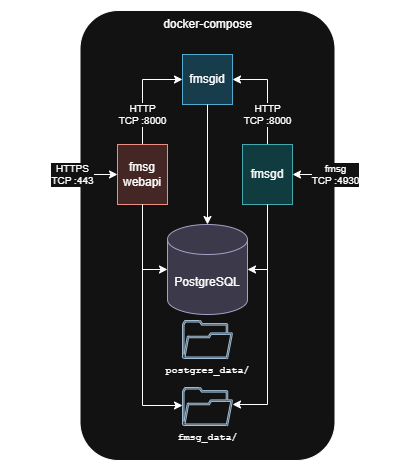
The draw.io diagram docs/fmsg-docker-dark.png in markmnl/fmsg-docker, before a commit. Source tidied: cells renumbered, new cells last; positions are measured from the earlier drawing's top-left corner, leaving out a move shared by most shapes.
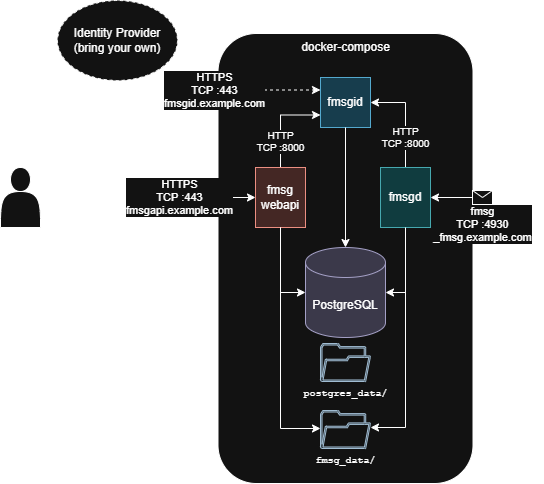
After the change.

Commit message:
added IdP to diag

Diff of the diagram source:
```diff
@@ -24,8 +24,13 @@
     <mxCell id="7" value="fmsgid" style="rounded=0;whiteSpace=wrap;html=1;fillColor=#b1ddf0;strokeColor=#10739e;" parent="1" vertex="1">
       <mxGeometry x="165" y="44" width="50" height="50" as="geometry" />
     </mxCell>
-    <mxCell id="8" value="HTTP&lt;div&gt;TCP :8000&lt;/div&gt;" style="edgeStyle=orthogonalEdgeStyle;rounded=0;jettySize=auto;html=1;entryX=0;entryY=0.5;entryDx=0;entryDy=0;exitX=0.5;exitY=0;exitDx=0;exitDy=0;fontSize=10;" parent="1" edge="1" source="9" target="7">
-      <mxGeometry x="-0.43" relative="1" as="geometry" />
+    <mxCell id="8" value="HTTP&lt;div&gt;TCP :8000&lt;/div&gt;" style="edgeStyle=orthogonalEdgeStyle;rounded=0;jettySize=auto;html=1;entryX=0;entryY=0.75;entryDx=0;entryDy=0;exitX=0.5;exitY=0;exitDx=0;exitDy=0;fontSize=10;" parent="1" edge="1" source="9" target="7">
+      <mxGeometry x="-0.43" relative="1" as="geometry">
+        <Array as="points">
+          <mxPoint x="125" y="81" />
+          <mxPoint x="165" y="81" />
+        </Array>
+      </mxGeometry>
     </mxCell>
     <mxCell id="9" value="fmsg&lt;div&gt;webapi&lt;/div&gt;" style="rounded=0;whiteSpace=wrap;html=1;fillColor=#fad9d5;strokeColor=#ae4132;" parent="1" vertex="1">
       <mxGeometry x="100" y="134" width="50" height="60" as="geometry" />
@@ -47,16 +52,6 @@
         </Array>
       </mxGeometry>
     </mxCell>
-    <mxCell id="13" value="fmsg&lt;div&gt;TCP :4930&lt;/div&gt;" style="endArrow=classic;html=1;rounded=0;entryX=1;entryY=0.5;entryDx=0;entryDy=0;fontSize=10;" parent="1" edge="1" target="6">
-      <mxGeometry relative="1" as="geometry">
-        <mxPoint x="360" y="164" as="sourcePoint" />
-      </mxGeometry>
-    </mxCell>
-    <mxCell id="14" value="HTTPS&lt;div&gt;TCP :443&lt;/div&gt;" style="endArrow=classic;html=1;rounded=0;entryX=0;entryY=0.5;entryDx=0;entryDy=0;fontSize=10;" parent="1" edge="1" target="9">
-      <mxGeometry x="0.1" relative="1" as="geometry">
-        <mxPoint y="164" as="sourcePoint" />
-      </mxGeometry>
-    </mxCell>
     <mxCell id="15" style="edgeStyle=orthogonalEdgeStyle;rounded=0;jettySize=auto;html=1;entryX=0.5;entryY=0;entryDx=0;entryDy=0;entryPerimeter=0;" parent="1" edge="1" source="7" target="3">
       <mxGeometry relative="1" as="geometry" />
     </mxCell>
@@ -66,5 +61,41 @@
     <mxCell id="17" value="fmsg_data/" style="sketch=0;shadow=0;dashed=0;html=1;strokeColor=#23445d;fillColor=#bac8d3;labelPosition=center;verticalLabelPosition=bottom;verticalAlign=top;align=center;outlineConnect=0;shape=mxgraph.vvd.folder;miterlimit=4;fontSize=10;fontFamily=Courier New;" parent="1" vertex="1">
       <mxGeometry x="165" y="377" width="50" height="38" as="geometry" />
     </mxCell>
+    <mxCell id="18" value="HTTPS&lt;div&gt;TCP :443&lt;/div&gt;&lt;div&gt;fmsgid.example.com&lt;/div&gt;" style="edgeStyle=orthogonalEdgeStyle;rounded=0;jettySize=auto;html=1;entryX=0;entryY=0.25;entryDx=0;entryDy=0;dashed=1;" parent="1" edge="1" source="19" target="7">
+      <mxGeometry relative="1" as="geometry">
+        <Array as="points">
+          <mxPoint x="-38" y="57" />
+          <mxPoint x="165" y="57" />
+        </Array>
+      </mxGeometry>
+    </mxCell>
+    <mxCell id="19" value="&lt;div&gt;Identity&amp;nbsp;&lt;span style=&quot;background-color: transparent; color: light-dark(rgb(0, 0, 0), rgb(255, 255, 255));&quot;&gt;Provider&lt;/span&gt;&lt;/div&gt;&lt;div&gt;&lt;span style=&quot;background-color: transparent; color: light-dark(rgb(0, 0, 0), rgb(255, 255, 255));&quot;&gt;(bring your own)&lt;/span&gt;&lt;/div&gt;" style="ellipse;whiteSpace=wrap;html=1;dashed=1;" parent="1" vertex="1">
+      <mxGeometry x="-98" y="-33" width="120" height="80" as="geometry" />
+    </mxCell>
+    <mxCell id="20" value="HTTPS&lt;div&gt;TCP :443&lt;/div&gt;&lt;div&gt;fmsgapi.example.com&lt;/div&gt;" style="edgeStyle=orthogonalEdgeStyle;rounded=0;jettySize=auto;html=1;entryX=0;entryY=0.5;entryDx=0;entryDy=0;" parent="1" edge="1" source="21" target="9">
+      <mxGeometry x="0.29" relative="1" as="geometry" />
+    </mxCell>
+    <mxCell id="21" style="shape=actor;whiteSpace=wrap;html=1;" parent="1" vertex="1">
+      <mxGeometry x="-155" y="134" width="40" height="60" as="geometry" />
+    </mxCell>
+    <mxCell id="22" value="fmsg&lt;div&gt;TCP :4930&lt;/div&gt;&lt;div&gt;_fmsg.example.com&lt;/div&gt;" style="endArrow=classic;html=1;rounded=0;entryX=1;entryY=0.5;entryDx=0;entryDy=0;startArrow=classic;startFill=1;" parent="1" edge="1" target="6">
+      <mxGeometry y="27" relative="1" as="geometry">
+        <mxPoint x="379" y="164" as="sourcePoint" />
+      </mxGeometry>
+    </mxCell>
+    <mxCell id="23" style="shape=message;html=1;" parent="22" vertex="1">
+      <mxGeometry width="20" height="14" relative="1" as="geometry">
+        <mxPoint x="-10" y="-7" as="offset" />
+      </mxGeometry>
+    </mxCell>
+    <mxCell id="24" style="edgeStyle=orthogonalEdgeStyle;rounded=0;jettySize=auto;html=1;entryX=0.005;entryY=0.458;entryDx=0;entryDy=0;entryPerimeter=0;curved=1;dashed=1;" parent="1" edge="1" source="21" target="19">
+      <mxGeometry relative="1" as="geometry">
+        <Array as="points">
+          <mxPoint x="-135" y="91" />
+          <mxPoint x="-134" y="91" />
+          <mxPoint x="-134" y="4" />
+        </Array>
+      </mxGeometry>
+    </mxCell>
   </root>
 </mxGraphModel>
```
